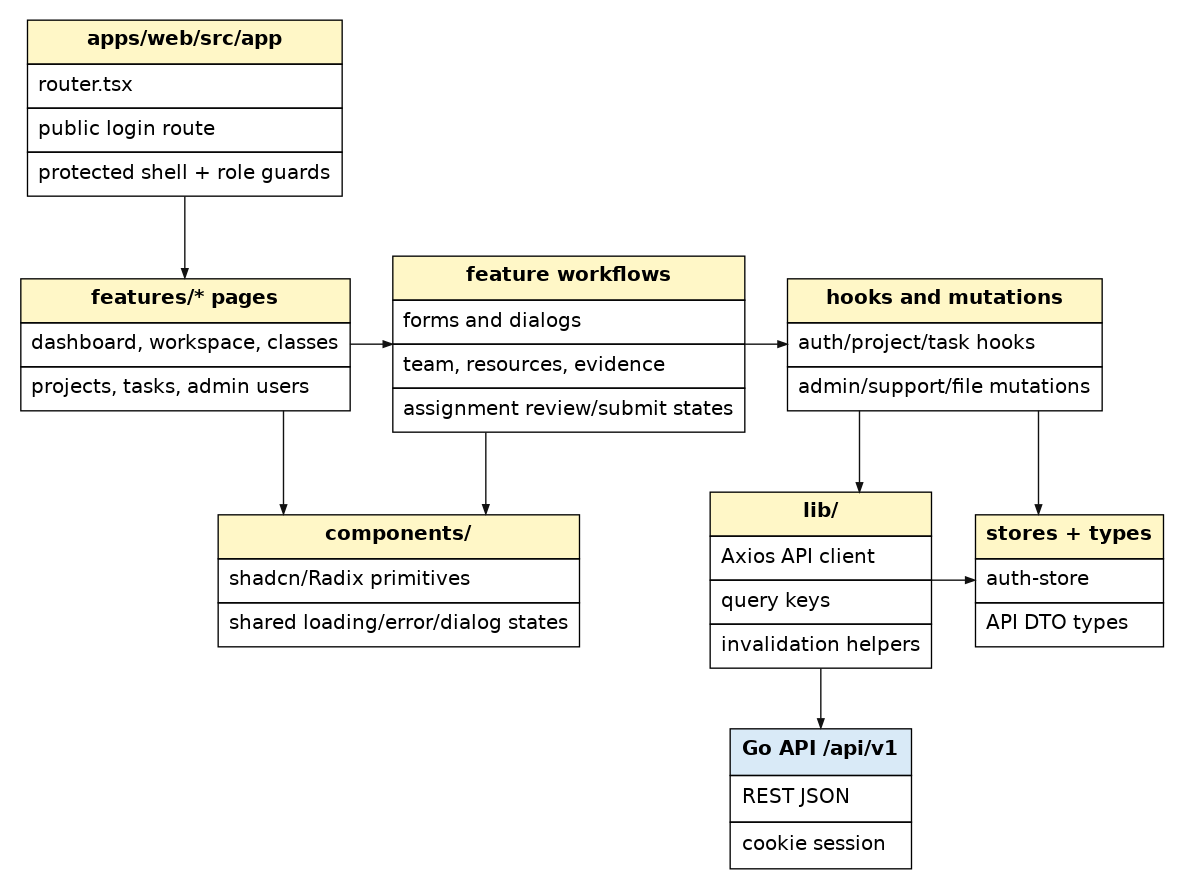
Above: report/assets/diagrams/frontend-package-map.png in gachu2002/UniTrack (PlantUML), before the change. Its source is kept beside it as report/diagrams/frontend-package-map.puml. The source it was exported from:
```plantuml
@startdot
digraph G {
  graph [rankdir=TB, bgcolor="white", splines=ortho, nodesep=0.45, ranksep=0.62, pad=0.16, margin=0.05];
  node [shape=plain, fontname="DejaVu Sans", fontsize=15, margin=0];
  edge [fontname="DejaVu Sans", fontsize=11, color="#111111", fontcolor="#111111", arrowsize=0.68, penwidth=1.05];

  router [label=<
    <TABLE BORDER="0" CELLBORDER="1" CELLSPACING="0" CELLPADDING="7">
      <TR><TD BGCOLOR="#FFF7C7"><B>apps/web/src/app</B></TD></TR>
      <TR><TD ALIGN="LEFT">router.tsx</TD></TR>
      <TR><TD ALIGN="LEFT">public login route</TD></TR>
      <TR><TD ALIGN="LEFT">protected shell + role guards</TD></TR>
    </TABLE>
  >];

  pages [label=<
    <TABLE BORDER="0" CELLBORDER="1" CELLSPACING="0" CELLPADDING="7">
      <TR><TD BGCOLOR="#FFF7C7"><B>features/* pages</B></TD></TR>
      <TR><TD ALIGN="LEFT">dashboard, workspace, classes</TD></TR>
      <TR><TD ALIGN="LEFT">projects, tasks, admin users</TD></TR>
    </TABLE>
  >];
  workflows [label=<
    <TABLE BORDER="0" CELLBORDER="1" CELLSPACING="0" CELLPADDING="7">
      <TR><TD BGCOLOR="#FFF7C7"><B>feature workflows</B></TD></TR>
      <TR><TD ALIGN="LEFT">forms and dialogs</TD></TR>
      <TR><TD ALIGN="LEFT">team, resources, evidence</TD></TR>
      <TR><TD ALIGN="LEFT">assignment review/submit states</TD></TR>
    </TABLE>
  >];
  hooks [label=<
    <TABLE BORDER="0" CELLBORDER="1" CELLSPACING="0" CELLPADDING="7">
      <TR><TD BGCOLOR="#FFF7C7"><B>hooks and mutations</B></TD></TR>
      <TR><TD ALIGN="LEFT">auth/project/task hooks</TD></TR>
      <TR><TD ALIGN="LEFT">admin/support/file mutations</TD></TR>
    </TABLE>
  >];

  components [label=<
    <TABLE BORDER="0" CELLBORDER="1" CELLSPACING="0" CELLPADDING="7">
      <TR><TD BGCOLOR="#FFF7C7"><B>components/</B></TD></TR>
      <TR><TD ALIGN="LEFT">shadcn/Radix primitives</TD></TR>
      <TR><TD ALIGN="LEFT">shared loading/error/dialog states</TD></TR>
    </TABLE>
  >];
  lib [label=<
    <TABLE BORDER="0" CELLBORDER="1" CELLSPACING="0" CELLPADDING="7">
      <TR><TD BGCOLOR="#FFF7C7"><B>lib/</B></TD></TR>
      <TR><TD ALIGN="LEFT">Axios API client</TD></TR>
      <TR><TD ALIGN="LEFT">query keys</TD></TR>
      <TR><TD ALIGN="LEFT">invalidation helpers</TD></TR>
    </TABLE>
  >];
  state [label=<
    <TABLE BORDER="0" CELLBORDER="1" CELLSPACING="0" CELLPADDING="7">
      <TR><TD BGCOLOR="#FFF7C7"><B>stores + types</B></TD></TR>
      <TR><TD ALIGN="LEFT">auth-store</TD></TR>
      <TR><TD ALIGN="LEFT">API DTO types</TD></TR>
    </TABLE>
  >];
  api [label=<
    <TABLE BORDER="0" CELLBORDER="1" CELLSPACING="0" CELLPADDING="8">
      <TR><TD BGCOLOR="#D9EAF7"><B>Go API /api/v1</B></TD></TR>
      <TR><TD ALIGN="LEFT">REST JSON</TD></TR>
      <TR><TD ALIGN="LEFT">cookie session</TD></TR>
    </TABLE>
  >];

  { rank=same; pages; workflows; hooks; }
  { rank=same; components; lib; state; }

  router -> pages;
  pages -> workflows;
  workflows -> hooks;
  pages -> components;
  workflows -> components;
  hooks -> lib;
  hooks -> state;
  lib -> state;
  lib -> api;
}
@enddot
```
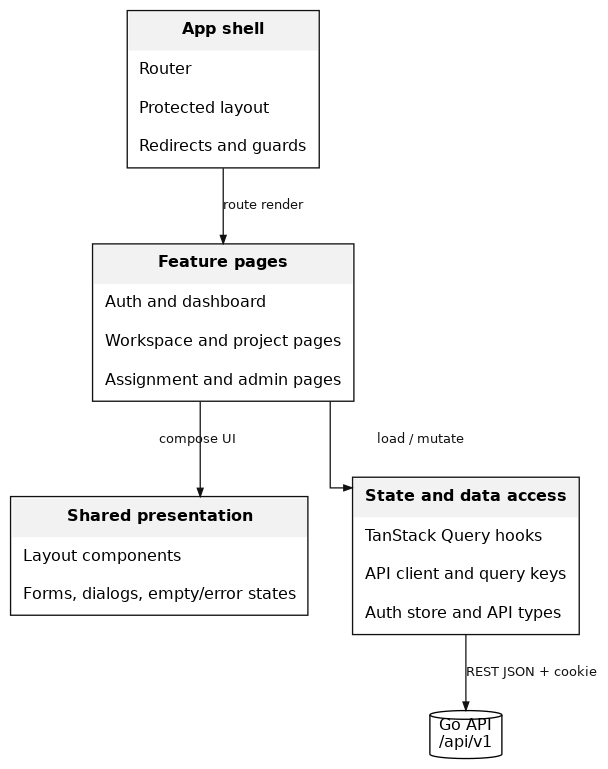
Later version of the same file.

Diff of the diagram source:
```diff
@@ -1,82 +1,49 @@
 @startdot
 digraph G {
-  graph [rankdir=TB, bgcolor="white", splines=ortho, nodesep=0.45, ranksep=0.62, pad=0.16, margin=0.05];
-  node [shape=plain, fontname="DejaVu Sans", fontsize=15, margin=0];
-  edge [fontname="DejaVu Sans", fontsize=11, color="#111111", fontcolor="#111111", arrowsize=0.68, penwidth=1.05];
+  graph [rankdir=TB, bgcolor="white", margin=0.03, pad=0.08, nodesep=0.46, ranksep=0.64, splines=ortho, outputorder=edgesfirst];
+  node [shape=plain, fontname="DejaVu Sans", fontsize=12, margin=0];
+  edge [color="#111111", penwidth=0.95, arrowsize=0.62, fontname="DejaVu Sans", fontsize=10, fontcolor="#111111"];
 
-  router [label=<
-    <TABLE BORDER="0" CELLBORDER="1" CELLSPACING="0" CELLPADDING="7">
-      <TR><TD BGCOLOR="#FFF7C7"><B>apps/web/src/app</B></TD></TR>
-      <TR><TD ALIGN="LEFT">router.tsx</TD></TR>
-      <TR><TD ALIGN="LEFT">public login route</TD></TR>
-      <TR><TD ALIGN="LEFT">protected shell + role guards</TD></TR>
+  app [label=<
+    <TABLE BORDER="1" CELLBORDER="0" CELLSPACING="0" CELLPADDING="8" COLOR="#111111">
+      <TR><TD BGCOLOR="#F2F2F2"><B>App shell</B></TD></TR>
+      <TR><TD ALIGN="LEFT">Router</TD></TR>
+      <TR><TD ALIGN="LEFT">Protected layout</TD></TR>
+      <TR><TD ALIGN="LEFT">Redirects and guards</TD></TR>
     </TABLE>
   >];
 
-  pages [label=<
-    <TABLE BORDER="0" CELLBORDER="1" CELLSPACING="0" CELLPADDING="7">
-      <TR><TD BGCOLOR="#FFF7C7"><B>features/* pages</B></TD></TR>
-      <TR><TD ALIGN="LEFT">dashboard, workspace, classes</TD></TR>
-      <TR><TD ALIGN="LEFT">projects, tasks, admin users</TD></TR>
-    </TABLE>
-  >];
-  workflows [label=<
-    <TABLE BORDER="0" CELLBORDER="1" CELLSPACING="0" CELLPADDING="7">
-      <TR><TD BGCOLOR="#FFF7C7"><B>feature workflows</B></TD></TR>
-      <TR><TD ALIGN="LEFT">forms and dialogs</TD></TR>
-      <TR><TD ALIGN="LEFT">team, resources, evidence</TD></TR>
-      <TR><TD ALIGN="LEFT">assignment review/submit states</TD></TR>
-    </TABLE>
-  >];
-  hooks [label=<
-    <TABLE BORDER="0" CELLBORDER="1" CELLSPACING="0" CELLPADDING="7">
-      <TR><TD BGCOLOR="#FFF7C7"><B>hooks and mutations</B></TD></TR>
-      <TR><TD ALIGN="LEFT">auth/project/task hooks</TD></TR>
-      <TR><TD ALIGN="LEFT">admin/support/file mutations</TD></TR>
+  features [label=<
+    <TABLE BORDER="1" CELLBORDER="0" CELLSPACING="0" CELLPADDING="8" COLOR="#111111">
+      <TR><TD BGCOLOR="#F2F2F2"><B>Feature pages</B></TD></TR>
+      <TR><TD ALIGN="LEFT">Auth and dashboard</TD></TR>
+      <TR><TD ALIGN="LEFT">Workspace and project pages</TD></TR>
+      <TR><TD ALIGN="LEFT">Assignment and admin pages</TD></TR>
     </TABLE>
   >];
 
-  components [label=<
-    <TABLE BORDER="0" CELLBORDER="1" CELLSPACING="0" CELLPADDING="7">
-      <TR><TD BGCOLOR="#FFF7C7"><B>components/</B></TD></TR>
-      <TR><TD ALIGN="LEFT">shadcn/Radix primitives</TD></TR>
-      <TR><TD ALIGN="LEFT">shared loading/error/dialog states</TD></TR>
-    </TABLE>
-  >];
-  lib [label=<
-    <TABLE BORDER="0" CELLBORDER="1" CELLSPACING="0" CELLPADDING="7">
-      <TR><TD BGCOLOR="#FFF7C7"><B>lib/</B></TD></TR>
-      <TR><TD ALIGN="LEFT">Axios API client</TD></TR>
-      <TR><TD ALIGN="LEFT">query keys</TD></TR>
-      <TR><TD ALIGN="LEFT">invalidation helpers</TD></TR>
-    </TABLE>
-  >];
-  state [label=<
-    <TABLE BORDER="0" CELLBORDER="1" CELLSPACING="0" CELLPADDING="7">
-      <TR><TD BGCOLOR="#FFF7C7"><B>stores + types</B></TD></TR>
-      <TR><TD ALIGN="LEFT">auth-store</TD></TR>
-      <TR><TD ALIGN="LEFT">API DTO types</TD></TR>
-    </TABLE>
-  >];
-  api [label=<
-    <TABLE BORDER="0" CELLBORDER="1" CELLSPACING="0" CELLPADDING="8">
-      <TR><TD BGCOLOR="#D9EAF7"><B>Go API /api/v1</B></TD></TR>
-      <TR><TD ALIGN="LEFT">REST JSON</TD></TR>
-      <TR><TD ALIGN="LEFT">cookie session</TD></TR>
+  presentation [label=<
+    <TABLE BORDER="1" CELLBORDER="0" CELLSPACING="0" CELLPADDING="8" COLOR="#111111">
+      <TR><TD BGCOLOR="#F2F2F2"><B>Shared presentation</B></TD></TR>
+      <TR><TD ALIGN="LEFT">Layout components</TD></TR>
+      <TR><TD ALIGN="LEFT">Forms, dialogs, empty/error states</TD></TR>
     </TABLE>
   >];
 
-  { rank=same; pages; workflows; hooks; }
-  { rank=same; components; lib; state; }
+  data [label=<
+    <TABLE BORDER="1" CELLBORDER="0" CELLSPACING="0" CELLPADDING="8" COLOR="#111111">
+      <TR><TD BGCOLOR="#F2F2F2"><B>State and data access</B></TD></TR>
+      <TR><TD ALIGN="LEFT">TanStack Query hooks</TD></TR>
+      <TR><TD ALIGN="LEFT">API client and query keys</TD></TR>
+      <TR><TD ALIGN="LEFT">Auth store and API types</TD></TR>
+    </TABLE>
+  >];
 
-  router -> pages;
-  pages -> workflows;
-  workflows -> hooks;
-  pages -> components;
-  workflows -> components;
-  hooks -> lib;
-  hooks -> state;
-  lib -> state;
-  lib -> api;
+  api [shape=cylinder, label="Go API\n/api/v1"];
+
+  app -> features [label="route render"];
+  features -> presentation [label="compose UI"];
+  features -> data [label="load / mutate"];
+  data -> api [label="REST JSON + cookie"];
 }
 @enddot
```
